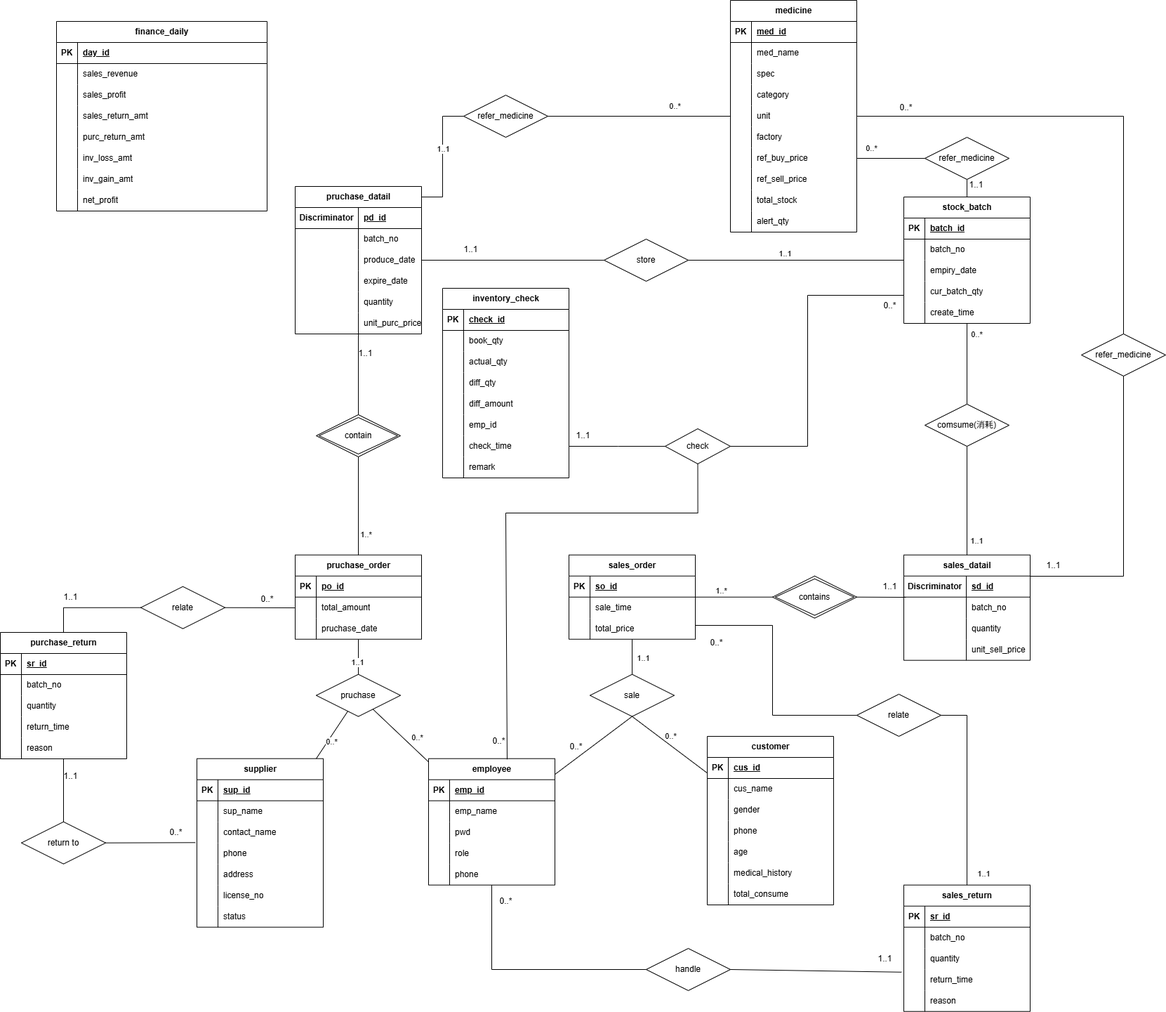
The draw.io diagram assets/ER图.png in zhengxf37/medicine_sale, before a commit. Source tidied: cells renumbered, new cells last; positions are measured from the earlier drawing's top-left corner, leaving out a move shared by most shapes.
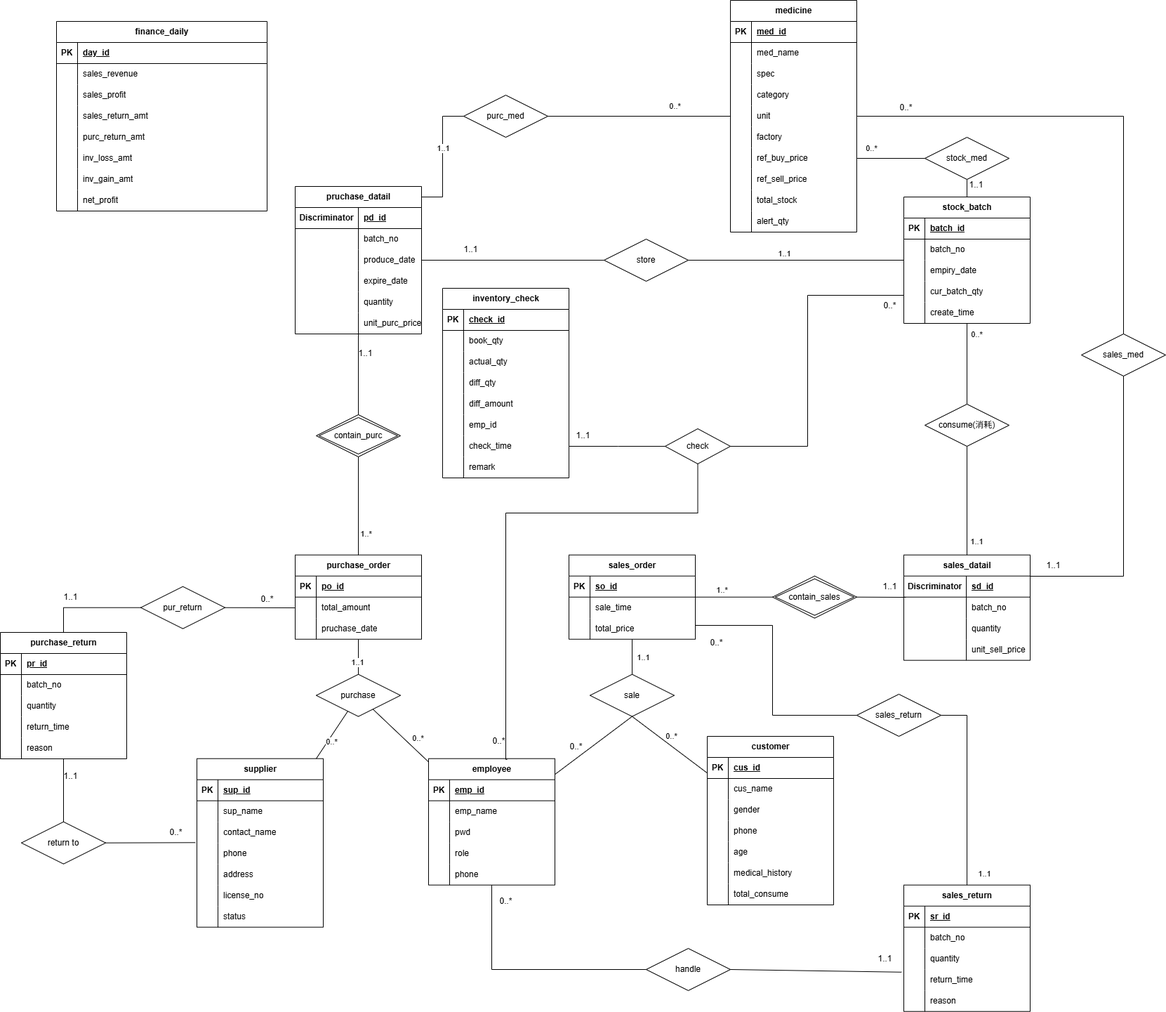
After the change.

Commit message:
功能逻辑分析

Diff of the diagram source:
```diff
@@ -323,7 +323,7 @@
     <mxCell id="108" value="create_time" style="shape=partialRectangle;fillColor=none;top=0;left=0;bottom=0;right=0;align=left;spacingLeft=6;overflow=hidden;whiteSpace=wrap;html=1;" parent="106" vertex="1">
       <mxGeometry x="30" width="150" height="30" as="geometry" />
     </mxCell>
-    <mxCell id="109" value="pruchase_order" style="shape=table;startSize=30;rowLines=0;fontStyle=1;align=center;html=1;" parent="1" vertex="1">
+    <mxCell id="109" value="purchase_order" style="shape=table;startSize=30;rowLines=0;fontStyle=1;align=center;html=1;" parent="1" vertex="1">
       <mxGeometry x="420" y="789.7" width="180" height="120" as="geometry" />
     </mxCell>
     <mxCell id="110" style="shape=tableRow;horizontal=0;startSize=0;swimlaneHead=0;swimlaneBody=0;fillColor=none;top=0;left=0;right=0;bottom=1;" parent="109" vertex="1">
@@ -490,7 +490,7 @@
         <mxPoint x="1" y="-8" as="offset" />
       </mxGeometry>
     </mxCell>
-    <mxCell id="164" value="pruchase" style="shape=rhombus;perimeter=rhombusPerimeter;whiteSpace=wrap;html=1;align=center;" parent="1" vertex="1">
+    <mxCell id="164" value="purchase" style="shape=rhombus;perimeter=rhombusPerimeter;whiteSpace=wrap;html=1;align=center;" parent="1" vertex="1">
       <mxGeometry x="450" y="959.7" width="120" height="60" as="geometry" />
     </mxCell>
     <mxCell id="165" style="endArrow=none;html=1;rounded=0;" parent="1" edge="1" source="129" target="161">
@@ -520,7 +520,7 @@
         <mxPoint x="9" y="-1" as="offset" />
       </mxGeometry>
     </mxCell>
-    <mxCell id="172" value="contain" style="shape=rhombus;double=1;perimeter=rhombusPerimeter;whiteSpace=wrap;html=1;align=center;" parent="1" vertex="1">
+    <mxCell id="172" value="contain_purc" style="shape=rhombus;double=1;perimeter=rhombusPerimeter;whiteSpace=wrap;html=1;align=center;" parent="1" vertex="1">
       <mxGeometry x="450" y="590" width="120" height="60" as="geometry" />
     </mxCell>
     <mxCell id="173" style="endArrow=none;html=1;rounded=0;entryX=0.5;entryY=1;entryDx=0;entryDy=0;" parent="1" edge="1" source="109" target="172">
@@ -531,7 +531,7 @@
         <mxPoint x="19" y="56" as="offset" />
       </mxGeometry>
     </mxCell>
-    <mxCell id="175" value="refer_medicine" style="shape=rhombus;perimeter=rhombusPerimeter;whiteSpace=wrap;html=1;align=center;" parent="1" vertex="1">
+    <mxCell id="175" value="purc_med" style="shape=rhombus;perimeter=rhombusPerimeter;whiteSpace=wrap;html=1;align=center;" parent="1" vertex="1">
       <mxGeometry x="660" y="135" width="120" height="60" as="geometry" />
     </mxCell>
     <mxCell id="176" style="endArrow=none;html=1;rounded=0;exitX=1;exitY=0.5;exitDx=0;exitDy=0;" parent="1" edge="1" source="175" target="2">
@@ -586,7 +586,7 @@
     <mxCell id="188" value="0..*" style="text;html=1;align=center;verticalAlign=middle;strokeColor=none;fillColor=none;" parent="1" vertex="1">
       <mxGeometry x="800" y="1048" width="40" height="30" as="geometry" />
     </mxCell>
-    <mxCell id="189" value="contains" style="shape=rhombus;double=1;perimeter=rhombusPerimeter;whiteSpace=wrap;html=1;align=center;" parent="1" vertex="1">
+    <mxCell id="189" value="contain_sales" style="shape=rhombus;double=1;perimeter=rhombusPerimeter;whiteSpace=wrap;html=1;align=center;" parent="1" vertex="1">
       <mxGeometry x="1100" y="819.7" width="120" height="60" as="geometry" />
     </mxCell>
     <mxCell id="190" style="endArrow=none;html=1;rounded=0;exitX=1;exitY=0.5;exitDx=0;exitDy=0;" parent="1" edge="1" source="189">
@@ -605,7 +605,7 @@
     <mxCell id="193" value="1..1" style="text;html=1;align=center;verticalAlign=middle;strokeColor=none;fillColor=none;" parent="1" vertex="1">
       <mxGeometry x="1247" y="819.7" width="40" height="30" as="geometry" />
     </mxCell>
-    <mxCell id="194" value="comsume(消耗)" style="shape=rhombus;perimeter=rhombusPerimeter;whiteSpace=wrap;html=1;align=center;" parent="1" vertex="1">
+    <mxCell id="194" value="consume(消耗)" style="shape=rhombus;perimeter=rhombusPerimeter;whiteSpace=wrap;html=1;align=center;" parent="1" vertex="1">
       <mxGeometry x="1317" y="575" width="120" height="60" as="geometry" />
     </mxCell>
     <mxCell id="195" style="endArrow=none;html=1;rounded=0;exitX=0.5;exitY=0;exitDx=0;exitDy=0;" parent="1" edge="1" source="194" target="93">
@@ -627,7 +627,7 @@
     <mxCell id="199" value="1..1" style="text;html=1;align=center;verticalAlign=middle;strokeColor=none;fillColor=none;" parent="1" vertex="1">
       <mxGeometry x="650" y="340" width="40" height="30" as="geometry" />
     </mxCell>
-    <mxCell id="200" value="refer_medicine" style="shape=rhombus;perimeter=rhombusPerimeter;whiteSpace=wrap;html=1;align=center;" parent="1" vertex="1">
+    <mxCell id="200" value="sales_med" style="shape=rhombus;perimeter=rhombusPerimeter;whiteSpace=wrap;html=1;align=center;" parent="1" vertex="1">
       <mxGeometry x="1540" y="475" width="120" height="60" as="geometry" />
     </mxCell>
     <mxCell id="201" style="endArrow=none;html=1;rounded=0;edgeStyle=orthogonalEdgeStyle;exitX=1;exitY=0.5;exitDx=0;exitDy=0;entryX=0.5;entryY=1;entryDx=0;entryDy=0;" parent="1" edge="1" source="152" target="200">
@@ -726,7 +726,7 @@
     <mxCell id="229" value="remark" style="shape=partialRectangle;fillColor=none;top=0;left=0;bottom=0;right=0;align=left;spacingLeft=6;overflow=hidden;whiteSpace=wrap;html=1;" parent="227" vertex="1">
       <mxGeometry x="30" width="150" height="30" as="geometry" />
     </mxCell>
-    <mxCell id="230" value="refer_medicine" style="shape=rhombus;perimeter=rhombusPerimeter;whiteSpace=wrap;html=1;align=center;" parent="1" vertex="1">
+    <mxCell id="230" value="stock_med" style="shape=rhombus;perimeter=rhombusPerimeter;whiteSpace=wrap;html=1;align=center;" parent="1" vertex="1">
       <mxGeometry x="1317" y="195" width="120" height="60" as="geometry" />
     </mxCell>
     <mxCell id="231" style="endArrow=none;html=1;rounded=0;" parent="1" edge="1" source="93" target="230">
@@ -828,7 +828,7 @@
     <mxCell id="257" value="reason" style="shape=partialRectangle;fillColor=none;top=0;left=0;bottom=0;right=0;align=left;spacingLeft=6;overflow=hidden;whiteSpace=wrap;html=1;" parent="255" vertex="1">
       <mxGeometry x="30" width="150" height="30" as="geometry" />
     </mxCell>
-    <mxCell id="258" value="relate" style="shape=rhombus;perimeter=rhombusPerimeter;whiteSpace=wrap;html=1;align=center;" parent="1" vertex="1">
+    <mxCell id="258" value="sales_return" style="shape=rhombus;perimeter=rhombusPerimeter;whiteSpace=wrap;html=1;align=center;" parent="1" vertex="1">
       <mxGeometry x="1220" y="988" width="120" height="60" as="geometry" />
     </mxCell>
     <mxCell id="259" style="endArrow=none;html=1;rounded=0;entryX=0;entryY=0.5;entryDx=0;entryDy=0;edgeStyle=orthogonalEdgeStyle;" parent="1" edge="1" source="119" target="258">
@@ -875,7 +875,7 @@
     <mxCell id="268" value="PK" style="shape=partialRectangle;fillColor=none;top=0;left=0;bottom=0;right=0;fontStyle=1;overflow=hidden;whiteSpace=wrap;html=1;" parent="267" vertex="1">
       <mxGeometry width="30" height="30" as="geometry" />
     </mxCell>
-    <mxCell id="269" value="sr_id" style="shape=partialRectangle;fillColor=none;top=0;left=0;bottom=0;right=0;align=left;spacingLeft=6;fontStyle=5;overflow=hidden;whiteSpace=wrap;html=1;" parent="267" vertex="1">
+    <mxCell id="269" value="pr_id" style="shape=partialRectangle;fillColor=none;top=0;left=0;bottom=0;right=0;align=left;spacingLeft=6;fontStyle=5;overflow=hidden;whiteSpace=wrap;html=1;" parent="267" vertex="1">
       <mxGeometry x="30" width="150" height="30" as="geometry" />
     </mxCell>
     <mxCell id="270" style="shape=tableRow;horizontal=0;startSize=0;swimlaneHead=0;swimlaneBody=0;fillColor=none;top=0;left=0;right=0;bottom=0;" parent="266" vertex="1">
@@ -923,7 +923,7 @@
     <mxCell id="284" style="endArrow=none;html=1;rounded=0;exitX=1;exitY=0.5;exitDx=0;exitDy=0;entryX=-0.012;entryY=0.986;entryDx=0;entryDy=0;entryPerimeter=0;" parent="1" edge="1" source="282" target="40">
       <mxGeometry relative="1" as="geometry" />
     </mxCell>
-    <mxCell id="285" value="relate" style="shape=rhombus;perimeter=rhombusPerimeter;whiteSpace=wrap;html=1;align=center;" parent="1" vertex="1">
+    <mxCell id="285" value="pur_return" style="shape=rhombus;perimeter=rhombusPerimeter;whiteSpace=wrap;html=1;align=center;" parent="1" vertex="1">
       <mxGeometry x="200" y="834.7" width="120" height="60" as="geometry" />
     </mxCell>
     <mxCell id="286" style="endArrow=none;html=1;rounded=0;exitX=0.5;exitY=0;exitDx=0;exitDy=0;entryX=0;entryY=0.5;entryDx=0;entryDy=0;edgeStyle=orthogonalEdgeStyle;" parent="1" edge="1" source="266" target="285">
```
